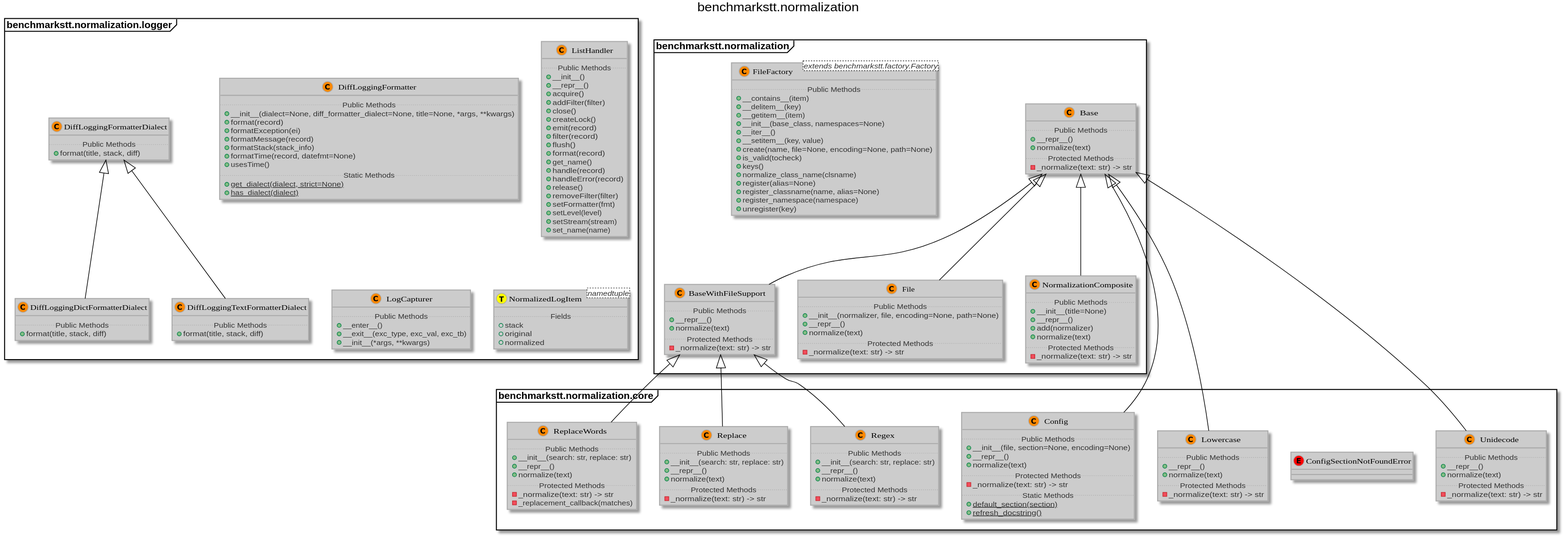
Before: docs/_static/uml/benchmarkstt.normalization.svg, a diagram exported from PlantUML (ebu/benchmarkstt). Its diagram source:
```plantuml
@startuml

title benchmarkstt.normalization

skinparam packageStyle Frame
!define LIGHTORANGE
!includeurl https://raw.githubusercontent.com/Drakemor/RedDress-PlantUML/master/style.puml
package benchmarkstt.normalization {

	class benchmarkstt.normalization.Base  [[https://benchmarkstt.readthedocs.io/en/latest/modules/benchmarkstt.normalization.html#benchmarkstt.normalization.Base]] {
		.. Public Methods ..
		+__repr__()
		+normalize(text)
		.. Protected Methods ..
		-_normalize(text: str) -> str
	}


	class benchmarkstt.normalization.BaseWithFileSupport  [[https://benchmarkstt.readthedocs.io/en/latest/modules/benchmarkstt.normalization.html#benchmarkstt.normalization.BaseWithFileSupport]] extends benchmarkstt.normalization.Base {
		.. Public Methods ..
		+__repr__()
		+normalize(text)
		.. Protected Methods ..
		-_normalize(text: str) -> str
	}



	class benchmarkstt.normalization.File  [[https://benchmarkstt.readthedocs.io/en/latest/modules/benchmarkstt.normalization.html#benchmarkstt.normalization.File]] extends benchmarkstt.normalization.Base {
		.. Public Methods ..
		+__init__(normalizer, file, encoding=None, path=None)
		+__repr__()
		+normalize(text)
		.. Protected Methods ..
		-_normalize(text: str) -> str
	}


	class benchmarkstt.normalization.FileFactory<extends benchmarkstt.factory.Factory>  [[https://benchmarkstt.readthedocs.io/en/latest/modules/benchmarkstt.normalization.html#benchmarkstt.normalization.FileFactory]] {
		.. Public Methods ..
		+__contains__(item)
		+__delitem__(key)
		+__getitem__(item)
		+__init__(base_class, namespaces=None)
		+__iter__()
		+__setitem__(key, value)
		+create(name, file=None, encoding=None, path=None)
		+is_valid(tocheck)
		+keys()
		+normalize_class_name(clsname)
		+register(alias=None)
		+register_classname(name, alias=None)
		+register_namespace(namespace)
		+unregister(key)
	}


	class benchmarkstt.normalization.NormalizationComposite  [[https://benchmarkstt.readthedocs.io/en/latest/modules/benchmarkstt.normalization.html#benchmarkstt.normalization.NormalizationComposite]] extends benchmarkstt.normalization.Base {
		.. Public Methods ..
		+__init__(title=None)
		+__repr__()
		+add(normalizer)
		+normalize(text)
		.. Protected Methods ..
		-_normalize(text: str) -> str
	}

}

package benchmarkstt.normalization {






}

package benchmarkstt.normalization {






}

package benchmarkstt.normalization.core {

	class benchmarkstt.normalization.core.Config  [[https://benchmarkstt.readthedocs.io/en/latest/modules/benchmarkstt.normalization.core.html#benchmarkstt.normalization.core.Config]] extends benchmarkstt.normalization.Base {
		.. Public Methods ..
		+__init__(file, section=None, encoding=None)
		+__repr__()
		+normalize(text)
		.. Protected Methods ..
		-_normalize(text: str) -> str
		.. Static Methods ..
		{static} +default_section(section)
		{static} +refresh_docstring()
	}


	class benchmarkstt.normalization.core.ConfigSectionNotFoundError << (E,red) >> [[https://benchmarkstt.readthedocs.io/en/latest/modules/benchmarkstt.normalization.core.html#benchmarkstt.normalization.core.ConfigSectionNotFoundError]] {
	}


	class benchmarkstt.normalization.core.Lowercase  [[https://benchmarkstt.readthedocs.io/en/latest/modules/benchmarkstt.normalization.core.html#benchmarkstt.normalization.core.Lowercase]] extends benchmarkstt.normalization.Base {
		.. Public Methods ..
		+__repr__()
		+normalize(text)
		.. Protected Methods ..
		-_normalize(text: str) -> str
	}


	class benchmarkstt.normalization.core.Regex  [[https://benchmarkstt.readthedocs.io/en/latest/modules/benchmarkstt.normalization.core.html#benchmarkstt.normalization.core.Regex]] extends benchmarkstt.normalization.BaseWithFileSupport {
		.. Public Methods ..
		+__init__(search: str, replace: str)
		+__repr__()
		+normalize(text)
		.. Protected Methods ..
		-_normalize(text: str) -> str
	}


	class benchmarkstt.normalization.core.Replace  [[https://benchmarkstt.readthedocs.io/en/latest/modules/benchmarkstt.normalization.core.html#benchmarkstt.normalization.core.Replace]] extends benchmarkstt.normalization.BaseWithFileSupport {
		.. Public Methods ..
		+__init__(search: str, replace: str)
		+__repr__()
		+normalize(text)
		.. Protected Methods ..
		-_normalize(text: str) -> str
	}


	class benchmarkstt.normalization.core.ReplaceWords  [[https://benchmarkstt.readthedocs.io/en/latest/modules/benchmarkstt.normalization.core.html#benchmarkstt.normalization.core.ReplaceWords]] extends benchmarkstt.normalization.BaseWithFileSupport {
		.. Public Methods ..
		+__init__(search: str, replace: str)
		+__repr__()
		+normalize(text)
		.. Protected Methods ..
		-_normalize(text: str) -> str
		-_replacement_callback(matches)
	}


	class benchmarkstt.normalization.core.Unidecode  [[https://benchmarkstt.readthedocs.io/en/latest/modules/benchmarkstt.normalization.core.html#benchmarkstt.normalization.core.Unidecode]] extends benchmarkstt.normalization.Base {
		.. Public Methods ..
		+__repr__()
		+normalize(text)
		.. Protected Methods ..
		-_normalize(text: str) -> str
	}

}

package benchmarkstt.normalization.logger {


	class benchmarkstt.normalization.logger.DiffLoggingDictFormatterDialect  [[https://benchmarkstt.readthedocs.io/en/latest/modules/benchmarkstt.normalization.logger.html#benchmarkstt.normalization.logger.DiffLoggingDictFormatterDialect]] extends benchmarkstt.normalization.logger.DiffLoggingFormatterDialect {
		.. Public Methods ..
		+format(title, stack, diff)
	}


	class benchmarkstt.normalization.logger.DiffLoggingFormatter  [[https://benchmarkstt.readthedocs.io/en/latest/modules/benchmarkstt.normalization.logger.html#benchmarkstt.normalization.logger.DiffLoggingFormatter]] {
		.. Public Methods ..
		+__init__(dialect=None, diff_formatter_dialect=None, title=None, *args, **kwargs)
		+format(record)
		+formatException(ei)
		+formatMessage(record)
		+formatStack(stack_info)
		+formatTime(record, datefmt=None)
		+usesTime()
		.. Static Methods ..
		{static} +get_dialect(dialect, strict=None)
		{static} +has_dialect(dialect)
	}


	class benchmarkstt.normalization.logger.DiffLoggingFormatterDialect  [[https://benchmarkstt.readthedocs.io/en/latest/modules/benchmarkstt.normalization.logger.html#benchmarkstt.normalization.logger.DiffLoggingFormatterDialect]] {
		.. Public Methods ..
		+format(title, stack, diff)
	}


	class benchmarkstt.normalization.logger.DiffLoggingTextFormatterDialect  [[https://benchmarkstt.readthedocs.io/en/latest/modules/benchmarkstt.normalization.logger.html#benchmarkstt.normalization.logger.DiffLoggingTextFormatterDialect]] extends benchmarkstt.normalization.logger.DiffLoggingFormatterDialect {
		.. Public Methods ..
		+format(title, stack, diff)
	}


	class benchmarkstt.normalization.logger.ListHandler  [[https://benchmarkstt.readthedocs.io/en/latest/modules/benchmarkstt.normalization.logger.html#benchmarkstt.normalization.logger.ListHandler]] {
		.. Public Methods ..
		+__init__()
		+__repr__()
		+acquire()
		+addFilter(filter)
		+close()
		+createLock()
		+emit(record)
		+filter(record)
		+flush()
		+format(record)
		+get_name()
		+handle(record)
		+handleError(record)
		+release()
		+removeFilter(filter)
		+setFormatter(fmt)
		+setLevel(level)
		+setStream(stream)
		+set_name(name)
	}


	class benchmarkstt.normalization.logger.LogCapturer  [[https://benchmarkstt.readthedocs.io/en/latest/modules/benchmarkstt.normalization.logger.html#benchmarkstt.normalization.logger.LogCapturer]] {
		.. Public Methods ..
		+__enter__()
		+__exit__(exc_type, exc_val, exc_tb)
		+__init__(*args, **kwargs)
	}


	class benchmarkstt.normalization.logger.NormalizedLogItem<namedtuple> << (T, yellow) >> [[https://benchmarkstt.readthedocs.io/en/latest/modules/benchmarkstt.normalization.logger.html#benchmarkstt.normalization.logger.NormalizedLogItem]] {
		.. Fields ..
		+stack
		+original
		+normalized
	}


}




@enduml
```
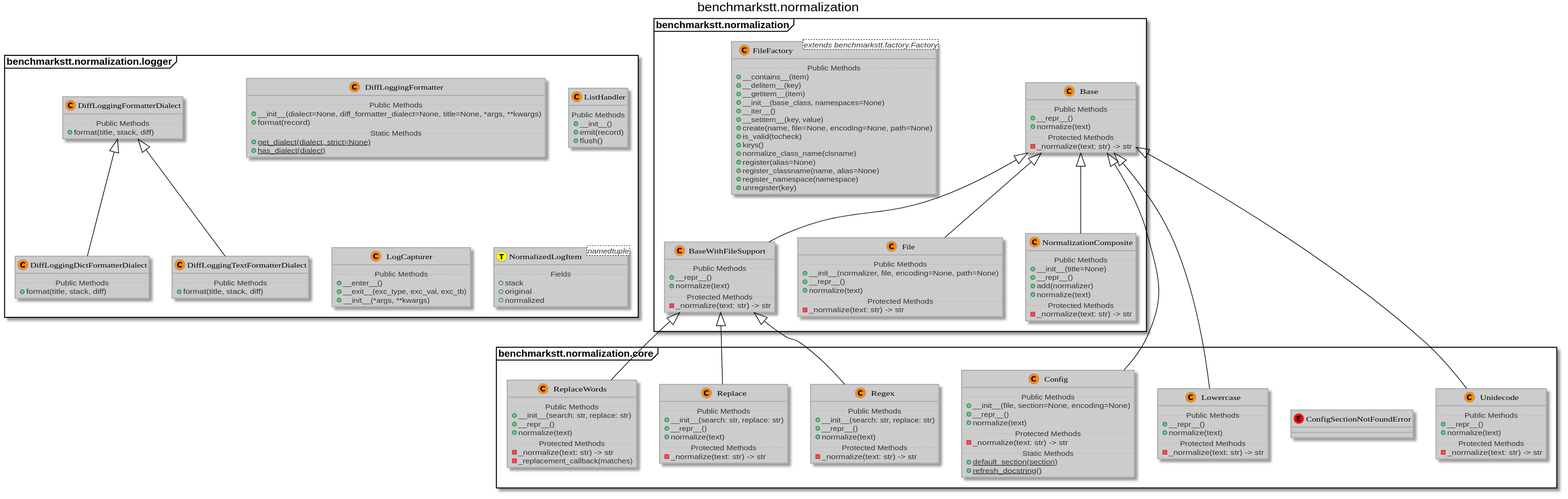
After the change.

The edit, as a diff of the source:
```diff
@@ -167,11 +167,6 @@
 		.. Public Methods ..
 		+__init__(dialect=None, diff_formatter_dialect=None, title=None, *args, **kwargs)
 		+format(record)
-		+formatException(ei)
-		+formatMessage(record)
-		+formatStack(stack_info)
-		+formatTime(record, datefmt=None)
-		+usesTime()
 		.. Static Methods ..
 		{static} +get_dialect(dialect, strict=None)
 		{static} +has_dialect(dialect)
@@ -193,24 +188,8 @@
 	class benchmarkstt.normalization.logger.ListHandler  [[https://benchmarkstt.readthedocs.io/en/latest/modules/benchmarkstt.normalization.logger.html#benchmarkstt.normalization.logger.ListHandler]] {
 		.. Public Methods ..
 		+__init__()
-		+__repr__()
-		+acquire()
-		+addFilter(filter)
-		+close()
-		+createLock()
 		+emit(record)
-		+filter(record)
 		+flush()
-		+format(record)
-		+get_name()
-		+handle(record)
-		+handleError(record)
-		+release()
-		+removeFilter(filter)
-		+setFormatter(fmt)
-		+setLevel(level)
-		+setStream(stream)
-		+set_name(name)
 	}
 
 
```
